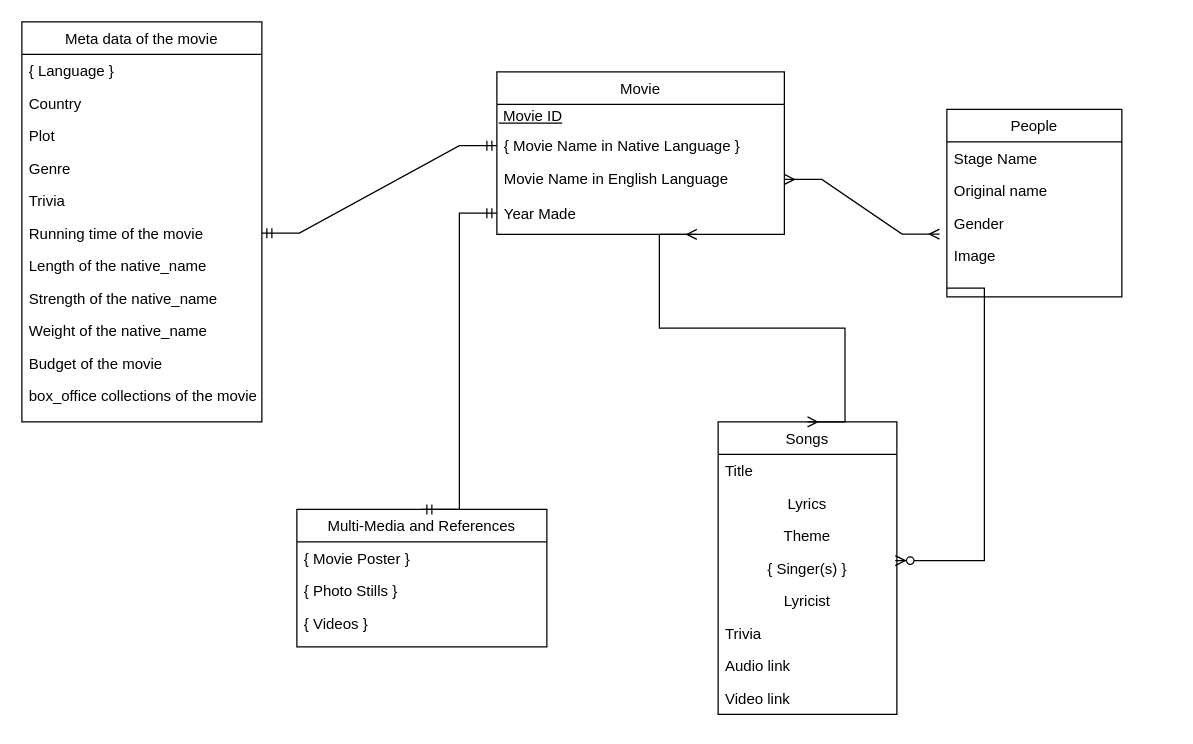
SpiderMan-ParkerTalley/JDBC-Movie-Datebase-Project keeps this draw.io diagram as E-R Diagram.drawio. Above is the earlier version. Source tidied: cells renumbered, new cells numbered last; positions are measured from the earlier drawing's top-left corner, leaving out a move shared by most shapes. Both pictures are drawn from the tidied source at 125%, with x=0, y=0 at pixel (21, 21).
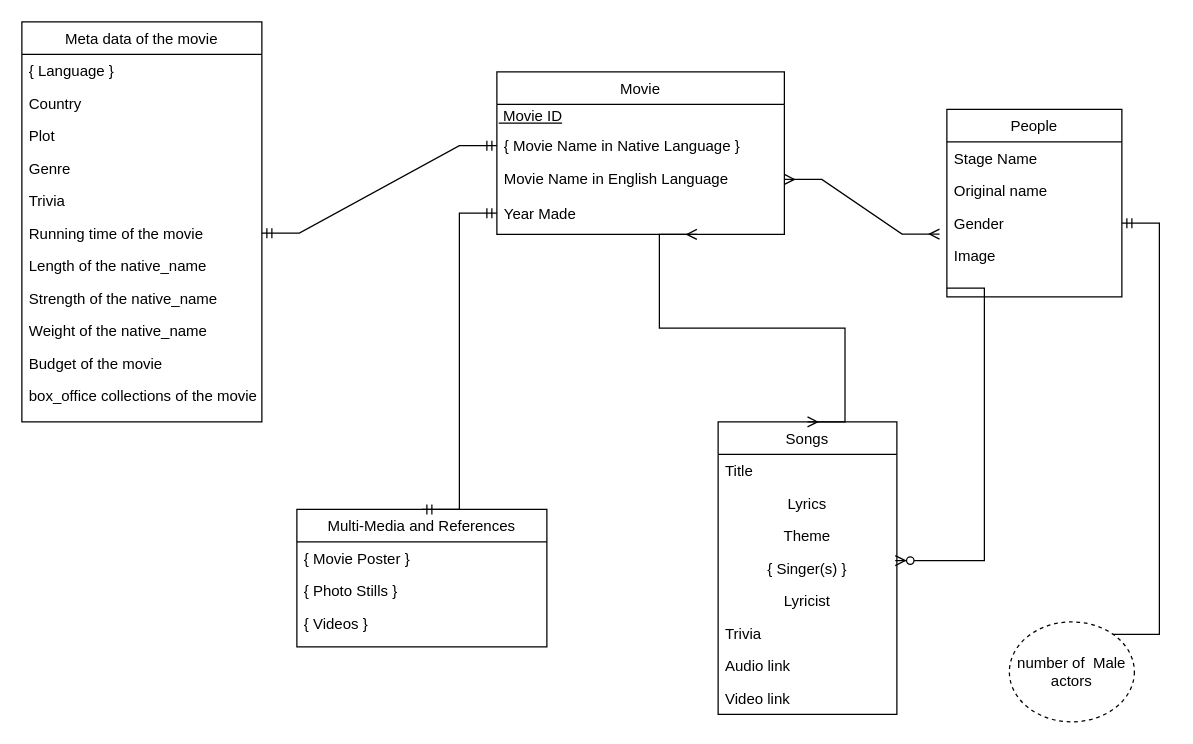
After the change.

The change refers to these unchanged cells:
```xml
<mxCell id="14" value=" Gender" style="text;align=left;verticalAlign=top;spacingLeft=4;spacingRight=4;overflow=hidden;points=[[0,0.5],[1,0.5]];portConstraint=eastwest;" parent="11" vertex="1">
  <mxGeometry y="78" width="140" height="26" as="geometry" />
</mxCell>
```

Diff of the diagram source:
```diff
@@
+    <mxCell id="42" style="edgeStyle=entityRelationEdgeStyle;fontSize=12;html=1;endArrow=ERmandOne;startArrow=ERmandOne;rounded=0;" parent="1" edge="1" target="14">
+      <mxGeometry relative="1" as="geometry">
+        <mxPoint x="820" y="490" as="sourcePoint" />
+      </mxGeometry>
+    </mxCell>
+    <mxCell id="43" value="number of&amp;nbsp; Male actors" style="ellipse;whiteSpace=wrap;html=1;align=center;dashed=1;" parent="1" vertex="1">
+      <mxGeometry x="790" y="480" width="100" height="80" as="geometry" />
+    </mxCell>
```
